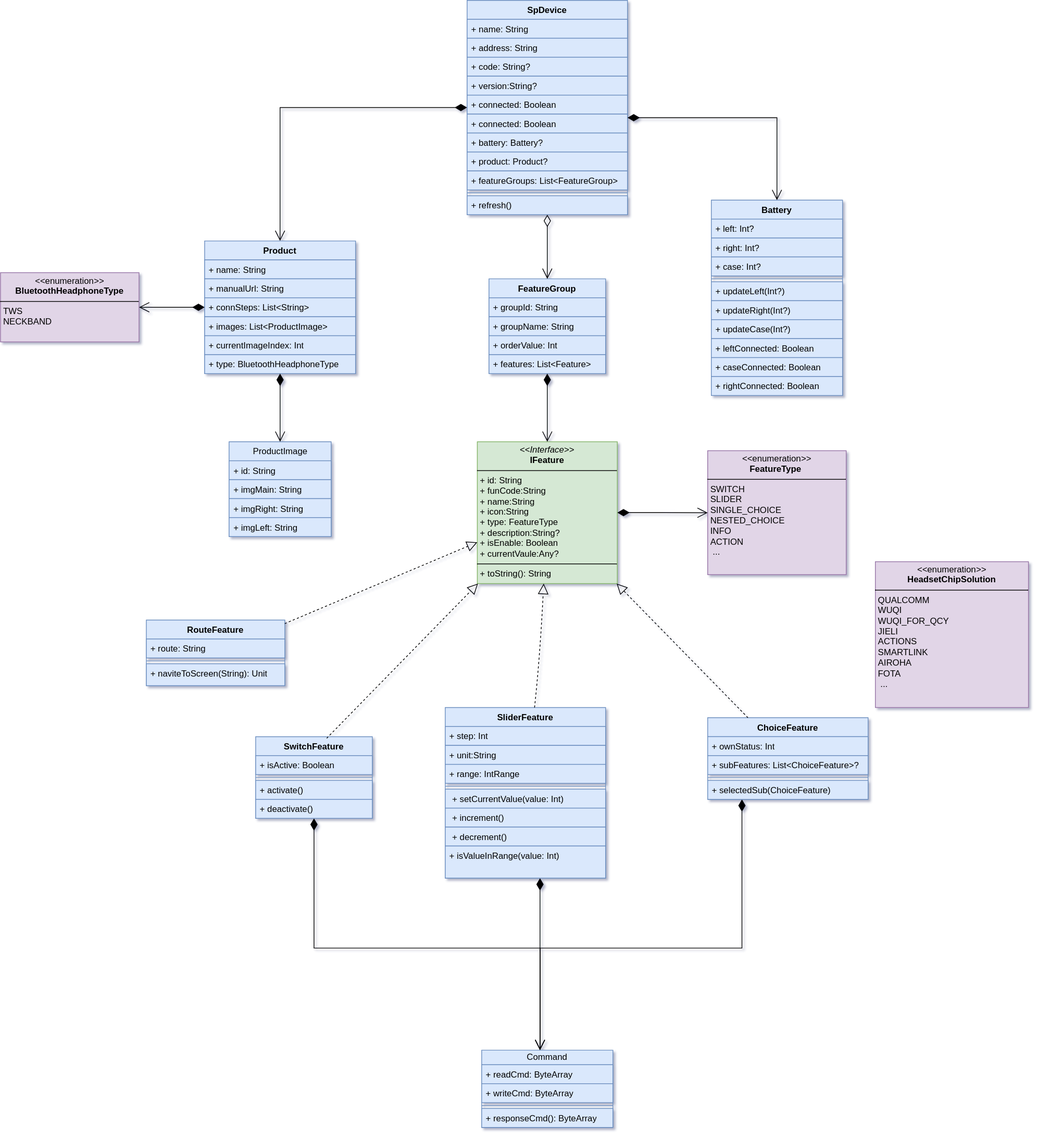
Earlier version of the draw.io export sp-device.drawio.svg (kekemao00/draw-libs). Source tidied: cells renumbered, new cells last; positions are measured from the earlier drawing's top-left corner, leaving out a move shared by most shapes.
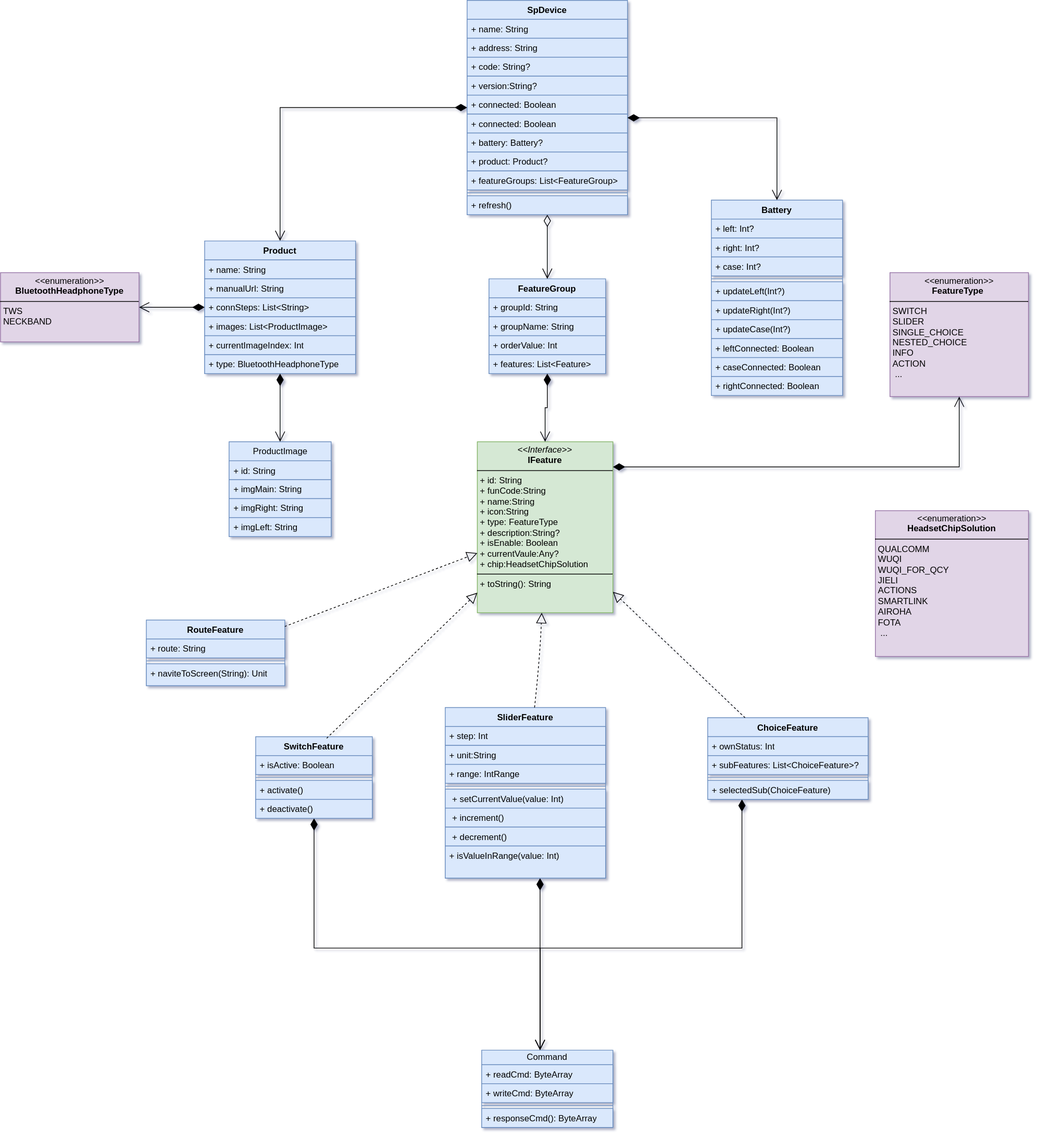
The same diagram one commit later.

The edit, as a diff of the source:
```diff
@@ -137,8 +137,8 @@
     <mxCell id="46" value="+ responseCmd(): ByteArray" style="text;align=left;verticalAlign=top;spacingLeft=4;spacingRight=4;overflow=hidden;whiteSpace=wrap;html=1;fillColor=#dae8fc;strokeColor=#6c8ebf;" parent="42" vertex="1">
       <mxGeometry y="80" width="180" height="26" as="geometry" />
     </mxCell>
-    <mxCell id="47" value="&lt;p style=&quot;margin:0px;margin-top:4px;text-align:center;&quot;&gt;&lt;i&gt;&amp;lt;&amp;lt;Interface&amp;gt;&amp;gt;&lt;/i&gt;&lt;br&gt;&lt;b&gt;IFeature&lt;/b&gt;&lt;/p&gt;&lt;hr size=&quot;1&quot; style=&quot;border-style:solid;&quot;&gt;&lt;p style=&quot;margin:0px;margin-left:4px;&quot;&gt;+ id: String&lt;br&gt;+ funCode:String&lt;br&gt;+ name:String&lt;br&gt;+ icon:String&lt;br&gt;+ type:&amp;nbsp;&lt;span style=&quot;text-align: center;&quot;&gt;FeatureType&amp;nbsp;&lt;/span&gt;&lt;br&gt;+ description:String?&lt;br&gt;+ isEnable: Boolean&lt;/p&gt;&lt;p style=&quot;margin:0px;margin-left:4px;&quot;&gt;+ currentVaule:Any?&lt;/p&gt;&lt;hr size=&quot;1&quot; style=&quot;border-style:solid;&quot;&gt;&lt;p style=&quot;margin:0px;margin-left:4px;&quot;&gt;+ toString(): String&lt;br&gt;&lt;/p&gt;" style="verticalAlign=top;align=left;overflow=fill;html=1;whiteSpace=wrap;fillColor=#d5e8d4;strokeColor=#82b366;" parent="1" vertex="1">
-      <mxGeometry x="654" y="605.5" width="192" height="194.5" as="geometry" />
+    <mxCell id="47" value="&lt;p style=&quot;margin:0px;margin-top:4px;text-align:center;&quot;&gt;&lt;i&gt;&amp;lt;&amp;lt;Interface&amp;gt;&amp;gt;&lt;/i&gt;&lt;br&gt;&lt;b&gt;IFeature&lt;/b&gt;&lt;/p&gt;&lt;hr size=&quot;1&quot; style=&quot;border-style:solid;&quot;&gt;&lt;p style=&quot;margin:0px;margin-left:4px;&quot;&gt;+ id: String&lt;br&gt;+ funCode:String&lt;br&gt;+ name:String&lt;br&gt;+ icon:String&lt;br&gt;+ type:&amp;nbsp;&lt;span style=&quot;text-align: center;&quot;&gt;FeatureType&amp;nbsp;&lt;/span&gt;&lt;br&gt;+ description:String?&lt;br&gt;+ isEnable: Boolean&lt;br&gt;&lt;/p&gt;&lt;p style=&quot;margin:0px;margin-left:4px;&quot;&gt;+ currentVaule:Any?&lt;br&gt;+&amp;nbsp;chip:&lt;span style=&quot;background-color: transparent; color: light-dark(rgb(0, 0, 0), rgb(255, 255, 255)); text-align: center;&quot;&gt;HeadsetChipSolution&lt;/span&gt;&lt;/p&gt;&lt;hr size=&quot;1&quot; style=&quot;border-style:solid;&quot;&gt;&lt;p style=&quot;margin:0px;margin-left:4px;&quot;&gt;+ toString(): String&lt;br&gt;&lt;/p&gt;" style="verticalAlign=top;align=left;overflow=fill;html=1;whiteSpace=wrap;fillColor=#d5e8d4;strokeColor=#82b366;" parent="1" vertex="1">
+      <mxGeometry x="654" y="605.5" width="186" height="234.5" as="geometry" />
     </mxCell>
     <mxCell id="48" style="endArrow=open;html=1;endSize=12;startArrow=diamondThin;startSize=14;startFill=1;edgeStyle=orthogonalEdgeStyle;align=left;verticalAlign=bottom;rounded=0;" parent="1" edge="1" source="2" target="14">
       <mxGeometry x="-1" y="3" relative="1" as="geometry">
@@ -185,10 +185,15 @@
       </mxGeometry>
     </mxCell>
     <mxCell id="56" value="&lt;p style=&quot;margin:0px;margin-top:4px;text-align:center;&quot;&gt;&lt;i&gt;&amp;lt;&amp;lt;&lt;/i&gt;enumeration&lt;i&gt;&amp;gt;&amp;gt;&lt;/i&gt;&lt;br&gt;&lt;b&gt;FeatureType&amp;nbsp;&lt;/b&gt;&lt;/p&gt;&lt;hr size=&quot;1&quot; style=&quot;border-style:solid;&quot;&gt;&lt;p style=&quot;margin:0px;margin-left:4px;&quot;&gt;SWITCH&amp;nbsp; &amp;nbsp; &amp;nbsp; &amp;nbsp; &amp;nbsp; &amp;nbsp; &amp;nbsp;&amp;nbsp;&lt;/p&gt;&lt;p style=&quot;margin:0px;margin-left:4px;&quot;&gt;SLIDER&lt;/p&gt;&lt;p style=&quot;margin:0px;margin-left:4px;&quot;&gt;SINGLE_CHOICE&amp;nbsp;&lt;/p&gt;&lt;p style=&quot;margin:0px;margin-left:4px;&quot;&gt;NESTED_CHOICE&amp;nbsp;&lt;/p&gt;&lt;p style=&quot;margin:0px;margin-left:4px;&quot;&gt;INFO&amp;nbsp;&amp;nbsp; &amp;nbsp; &amp;nbsp;&lt;/p&gt;&lt;p style=&quot;margin:0px;margin-left:4px;&quot;&gt;ACTION&amp;nbsp; &amp;nbsp;&lt;/p&gt;&lt;p style=&quot;margin:0px;margin-left:4px;&quot;&gt;&amp;nbsp;...&lt;/p&gt;&lt;p style=&quot;margin:0px;margin-left:4px;&quot;&gt;&amp;nbsp;&amp;nbsp; &amp;nbsp; &amp;nbsp; &amp;nbsp; &amp;nbsp;&amp;nbsp;&lt;/p&gt;&lt;p style=&quot;margin:0px;margin-left:4px;&quot;&gt;&amp;nbsp;&amp;nbsp; &amp;nbsp; &amp;nbsp; &amp;nbsp; &amp;nbsp; &amp;nbsp; &amp;nbsp;&amp;nbsp;&lt;/p&gt;" style="verticalAlign=top;align=left;overflow=fill;html=1;whiteSpace=wrap;fillColor=#e1d5e7;strokeColor=#9673a6;" parent="1" vertex="1">
-      <mxGeometry x="970" y="617.8" width="190" height="170" as="geometry" />
+      <mxGeometry x="1220" y="373.5" width="190" height="170" as="geometry" />
     </mxCell>
     <mxCell id="57" style="endArrow=open;html=1;endSize=12;startArrow=diamondThin;startSize=14;startFill=1;edgeStyle=orthogonalEdgeStyle;align=left;verticalAlign=bottom;rounded=0;" parent="1" edge="1" source="47" target="56">
-      <mxGeometry x="-1" y="3" relative="1" as="geometry" />
+      <mxGeometry x="-1" y="3" relative="1" as="geometry">
+        <Array as="points">
+          <mxPoint x="1150" y="640" />
+          <mxPoint x="1150" y="640" />
+        </Array>
+      </mxGeometry>
     </mxCell>
     <mxCell id="58" value="RouteFeature" style="swimlane;fontStyle=1;align=center;verticalAlign=top;horizontal=1;startSize=26;whiteSpace=wrap;html=1;fillColor=#dae8fc;strokeColor=#6c8ebf;" parent="1" vertex="1">
       <mxGeometry x="200" y="850" width="190" height="90" as="geometry" />
@@ -282,7 +287,7 @@
       <mxGeometry relative="1" as="geometry" />
     </mxCell>
     <mxCell id="87" value="&lt;p style=&quot;margin:0px;margin-top:4px;text-align:center;&quot;&gt;&lt;i&gt;&amp;lt;&amp;lt;&lt;/i&gt;enumeration&lt;i&gt;&amp;gt;&amp;gt;&lt;/i&gt;&lt;br&gt;&lt;b&gt;HeadsetChipSolution&lt;/b&gt;&lt;/p&gt;&lt;hr size=&quot;1&quot; style=&quot;border-style:solid;&quot;&gt;&lt;p style=&quot;margin:0px;margin-left:4px;&quot;&gt;QUALCOMM&lt;br&gt;WUQI&lt;br&gt;WUQI_FOR_QCY&lt;br&gt;JIELI&lt;br&gt;ACTIONS&lt;br&gt;SMARTLINK&lt;br&gt;AIROHA&lt;br&gt;FOTA&lt;br&gt;&amp;nbsp;...&lt;/p&gt;" style="verticalAlign=top;align=left;overflow=fill;html=1;whiteSpace=wrap;fillColor=#e1d5e7;strokeColor=#9673a6;" parent="1" vertex="1">
-      <mxGeometry x="1200" y="770" width="210" height="200" as="geometry" />
+      <mxGeometry x="1200" y="700" width="210" height="200" as="geometry" />
     </mxCell>
   </root>
 </mxGraphModel>
```
